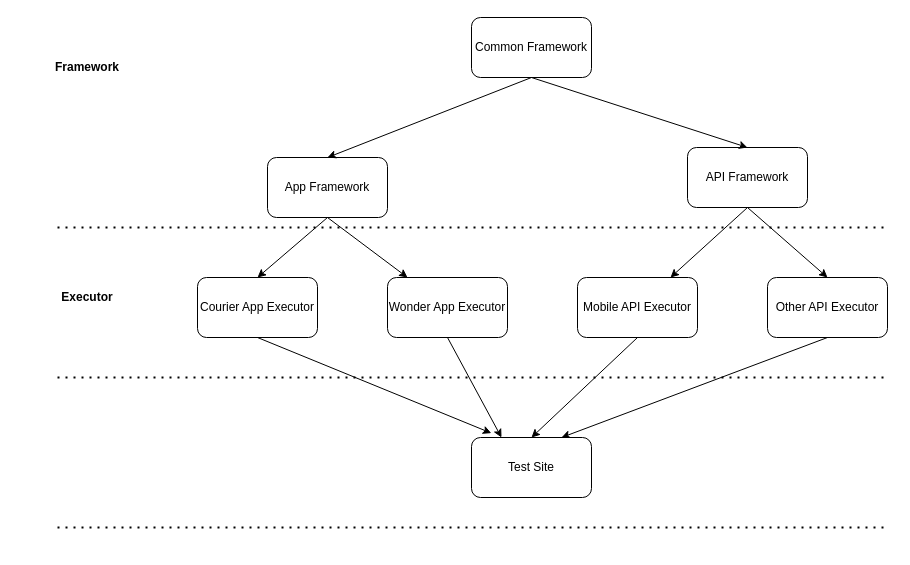
Above: page "API框架" (8 of 9) of App Automation 2.0.drawio in michellec2021/appium-demo (draw.io), before the change. Source tidied: cells renumbered, new cells numbered last; positions are measured from the earlier drawing's top-left corner, leaving out a move shared by most shapes. Both pictures are drawn from the tidied source at 100%, with x=0, y=0 at pixel (17, 17).
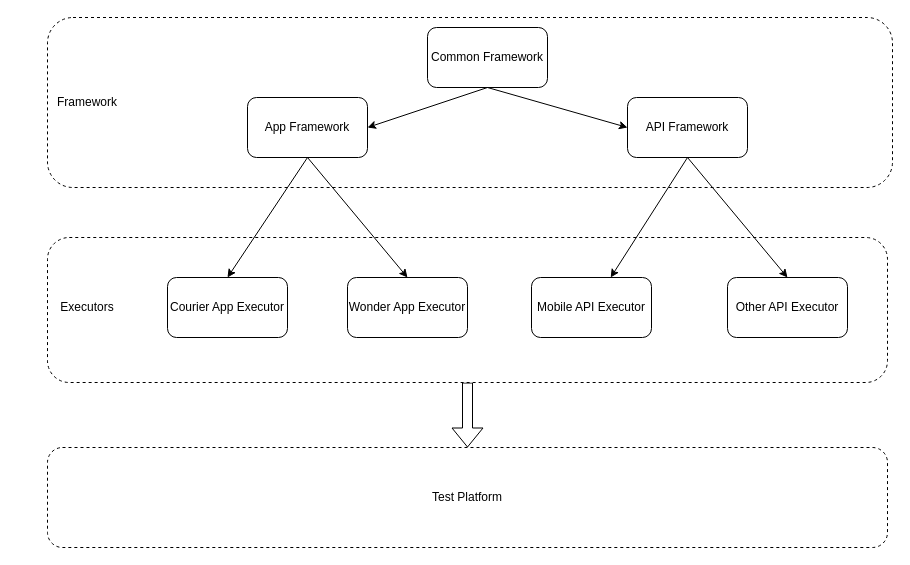
The same page after the edit.

Diff of the diagram source:
```diff
@@
+    <mxCell id="25" style="rounded=1;whiteSpace=wrap;html=1;dashed=1;" parent="1" vertex="1">
+      <mxGeometry x="30" width="845" height="170" as="geometry" />
+    </mxCell>
+    <mxCell id="26" style="edgeStyle=orthogonalEdgeStyle;rounded=0;jettySize=auto;html=1;shape=flexArrow;" parent="1" edge="1" source="27" target="28">
+      <mxGeometry relative="1" as="geometry" />
+    </mxCell>
+    <mxCell id="27" style="rounded=1;whiteSpace=wrap;html=1;dashed=1;" parent="1" vertex="1">
+      <mxGeometry x="30" y="220" width="840" height="145" as="geometry" />
+    </mxCell>
@@
-    <mxCell id="3" style="rounded=0;jettySize=auto;html=1;exitX=0.5;exitY=1;exitDx=0;exitDy=0;" parent="1" edge="1" source="4" target="14">
+    <mxCell id="3" style="rounded=0;jettySize=auto;html=1;exitX=0.5;exitY=1;exitDx=0;exitDy=0;entryX=0.5;entryY=0;entryDx=0;entryDy=0;" parent="1" edge="1" source="4" target="14">
       <mxGeometry relative="1" as="geometry" />
     </mxCell>
     <mxCell id="4" value="App Framework" style="rounded=1;whiteSpace=wrap;html=1;" parent="1" vertex="1">
-      <mxGeometry x="250" y="140" width="120" height="60" as="geometry" />
+      <mxGeometry x="230" y="80" width="120" height="60" as="geometry" />
     </mxCell>
@@
     <mxCell id="7" value="API Framework" style="rounded=1;whiteSpace=wrap;html=1;" parent="1" vertex="1">
-      <mxGeometry x="670" y="130" width="120" height="60" as="geometry" />
+      <mxGeometry x="610" y="80" width="120" height="60" as="geometry" />
     </mxCell>
-    <mxCell id="8" style="rounded=0;jettySize=auto;html=1;exitX=0.5;exitY=1;exitDx=0;exitDy=0;entryX=0.5;entryY=0;entryDx=0;entryDy=0;" parent="1" edge="1" source="10" target="4">
+    <mxCell id="8" style="rounded=0;jettySize=auto;html=1;exitX=0.5;exitY=1;exitDx=0;exitDy=0;entryX=1;entryY=0.5;entryDx=0;entryDy=0;" parent="1" edge="1" source="10" target="4">
       <mxGeometry relative="1" as="geometry" />
     </mxCell>
-    <mxCell id="9" style="rounded=0;jettySize=auto;html=1;exitX=0.5;exitY=1;exitDx=0;exitDy=0;entryX=0.5;entryY=0;entryDx=0;entryDy=0;" parent="1" edge="1" source="10" target="7">
+    <mxCell id="9" style="rounded=0;jettySize=auto;html=1;exitX=0.5;exitY=1;exitDx=0;exitDy=0;entryX=0;entryY=0.5;entryDx=0;entryDy=0;" parent="1" edge="1" source="10" target="7">
       <mxGeometry relative="1" as="geometry" />
     </mxCell>
     <mxCell id="10" value="Common Framework" style="rounded=1;whiteSpace=wrap;html=1;" parent="1" vertex="1">
-      <mxGeometry x="454" width="120" height="60" as="geometry" />
+      <mxGeometry x="410" y="10" width="120" height="60" as="geometry" />
     </mxCell>
-    <mxCell id="11" style="rounded=0;jettySize=auto;html=1;exitX=0.5;exitY=1;exitDx=0;exitDy=0;entryX=0.165;entryY=-0.073;entryDx=0;entryDy=0;entryPerimeter=0;" parent="1" edge="1" source="12" target="24">
-      <mxGeometry relative="1" as="geometry" />
-    </mxCell>
     <mxCell id="12" value="Courier App Executor" style="rounded=1;whiteSpace=wrap;html=1;" parent="1" vertex="1">
-      <mxGeometry x="180" y="260" width="120" height="60" as="geometry" />
+      <mxGeometry x="150" y="260" width="120" height="60" as="geometry" />
     </mxCell>
-    <mxCell id="13" style="rounded=0;jettySize=auto;html=1;exitX=0.5;exitY=1;exitDx=0;exitDy=0;entryX=0.25;entryY=0;entryDx=0;entryDy=0;" parent="1" edge="1" source="14" target="24">
-      <mxGeometry relative="1" as="geometry" />
-    </mxCell>
     <mxCell id="14" value="Wonder App Executor" style="rounded=1;whiteSpace=wrap;html=1;" parent="1" vertex="1">
-      <mxGeometry x="370" y="260" width="120" height="60" as="geometry" />
+      <mxGeometry x="330" y="260" width="120" height="60" as="geometry" />
     </mxCell>
-    <mxCell id="15" style="rounded=0;jettySize=auto;html=1;exitX=0.5;exitY=1;exitDx=0;exitDy=0;entryX=0.5;entryY=0;entryDx=0;entryDy=0;" parent="1" edge="1" source="16" target="24">
-      <mxGeometry relative="1" as="geometry" />
-    </mxCell>
     <mxCell id="16" value="Mobile API Executor" style="rounded=1;whiteSpace=wrap;html=1;" parent="1" vertex="1">
-      <mxGeometry x="560" y="260" width="120" height="60" as="geometry" />
+      <mxGeometry x="514" y="260" width="120" height="60" as="geometry" />
     </mxCell>
-    <mxCell id="17" style="rounded=0;jettySize=auto;html=1;exitX=0.5;exitY=1;exitDx=0;exitDy=0;entryX=0.75;entryY=0;entryDx=0;entryDy=0;" parent="1" edge="1" source="18" target="24">
-      <mxGeometry relative="1" as="geometry" />
-    </mxCell>
     <mxCell id="18" value="Other API Executor" style="rounded=1;whiteSpace=wrap;html=1;" parent="1" vertex="1">
-      <mxGeometry x="750" y="260" width="120" height="60" as="geometry" />
+      <mxGeometry x="710" y="260" width="120" height="60" as="geometry" />
     </mxCell>
-    <mxCell id="19" style="endArrow=none;dashed=1;html=1;dashPattern=1 3;strokeWidth=2;rounded=0;" parent="1" edge="1">
-      <mxGeometry relative="1" as="geometry">
-        <mxPoint x="40" y="210" as="sourcePoint" />
-        <mxPoint x="870" y="210" as="targetPoint" />
-      </mxGeometry>
-    </mxCell>
-    <mxCell id="20" style="endArrow=none;dashed=1;html=1;dashPattern=1 3;strokeWidth=2;rounded=0;" parent="1" edge="1">
-      <mxGeometry relative="1" as="geometry">
-        <mxPoint x="40" y="360" as="sourcePoint" />
-        <mxPoint x="870" y="360" as="targetPoint" />
-      </mxGeometry>
-    </mxCell>
+    <mxCell id="28" value="Test Platform" style="rounded=1;whiteSpace=wrap;html=1;dashed=1;" parent="1" vertex="1">
+      <mxGeometry x="30" y="430" width="840" height="100" as="geometry" />
+    </mxCell>
+    <mxCell id="29" value="Executors" style="text;html=1;strokeColor=none;fillColor=none;align=center;verticalAlign=middle;whiteSpace=wrap;rounded=0;" parent="1" vertex="1">
+      <mxGeometry x="40" y="275" width="60" height="30" as="geometry" />
+    </mxCell>
-    <mxCell id="21" value="&lt;b&gt;Framework&lt;/b&gt;" style="text;html=1;strokeColor=none;fillColor=none;align=center;verticalAlign=middle;whiteSpace=wrap;rounded=0;" parent="1" vertex="1">
-      <mxGeometry width="140" height="100" as="geometry" />
+    <mxCell id="21" value="Framework" style="text;html=1;strokeColor=none;fillColor=none;align=center;verticalAlign=middle;whiteSpace=wrap;rounded=0;" parent="1" vertex="1">
+      <mxGeometry x="40" y="70" width="60" height="30" as="geometry" />
     </mxCell>
-    <mxCell id="22" value="&lt;b&gt;Executor&lt;/b&gt;" style="text;html=1;strokeColor=none;fillColor=none;align=center;verticalAlign=middle;whiteSpace=wrap;rounded=0;" parent="1" vertex="1">
-      <mxGeometry y="230" width="140" height="100" as="geometry" />
-    </mxCell>
-    <mxCell id="23" style="endArrow=none;dashed=1;html=1;dashPattern=1 3;strokeWidth=2;rounded=0;" parent="1" edge="1">
-      <mxGeometry relative="1" as="geometry">
-        <mxPoint x="40" y="510" as="sourcePoint" />
-        <mxPoint x="870" y="510" as="targetPoint" />
-      </mxGeometry>
-    </mxCell>
-    <mxCell id="24" value="Test Site" style="rounded=1;whiteSpace=wrap;html=1;" parent="1" vertex="1">
-      <mxGeometry x="454" y="420" width="120" height="60" as="geometry" />
-    </mxCell>
```
